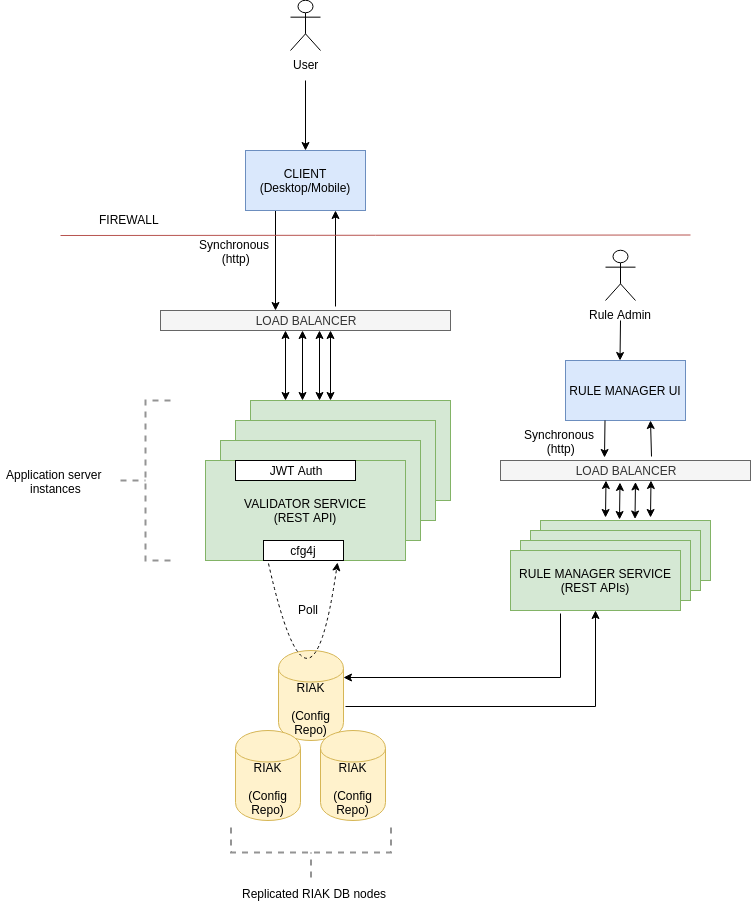
Above: Final Architecture.png in rajkumar90/intuit-craft (draw.io), before the change. Source tidied: cells renumbered, new cells last; positions are measured from the earlier drawing's top-left corner, leaving out a move shared by most shapes.
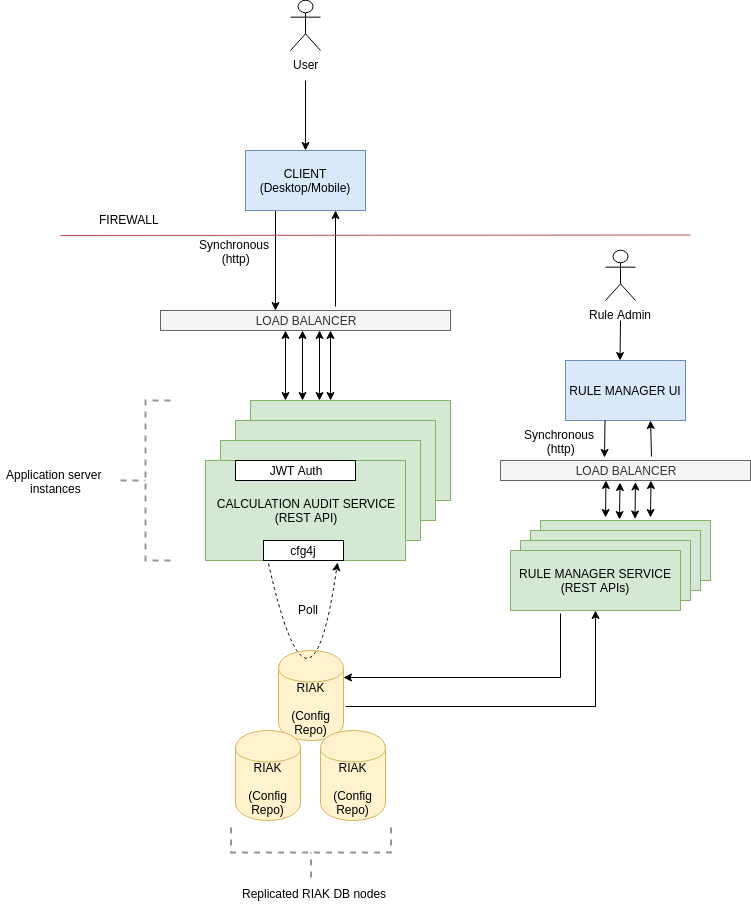
After the commit.

Diff of the diagram source:
```diff
@@ -96,7 +96,7 @@
     <mxCell id="27" value="VALIDATOR SERVICE&lt;br&gt;(REST API)" style="rounded=0;whiteSpace=wrap;html=1;fillColor=#d5e8d4;strokeColor=#82b366;" parent="1" vertex="1">
       <mxGeometry x="220" y="440" width="200" height="100" as="geometry" />
     </mxCell>
-    <mxCell id="28" value="VALIDATOR SERVICE&lt;br&gt;(REST API)" style="rounded=0;whiteSpace=wrap;html=1;fillColor=#d5e8d4;strokeColor=#82b366;" parent="1" vertex="1">
+    <mxCell id="28" value="CALCULATION AUDIT SERVICE&lt;br&gt;(REST API)" style="rounded=0;whiteSpace=wrap;html=1;fillColor=#d5e8d4;strokeColor=#82b366;" parent="1" vertex="1">
       <mxGeometry x="205" y="460" width="200" height="100" as="geometry" />
     </mxCell>
     <mxCell id="29" value="JWT Auth" style="rounded=0;whiteSpace=wrap;html=1;" parent="1" vertex="1">
```
